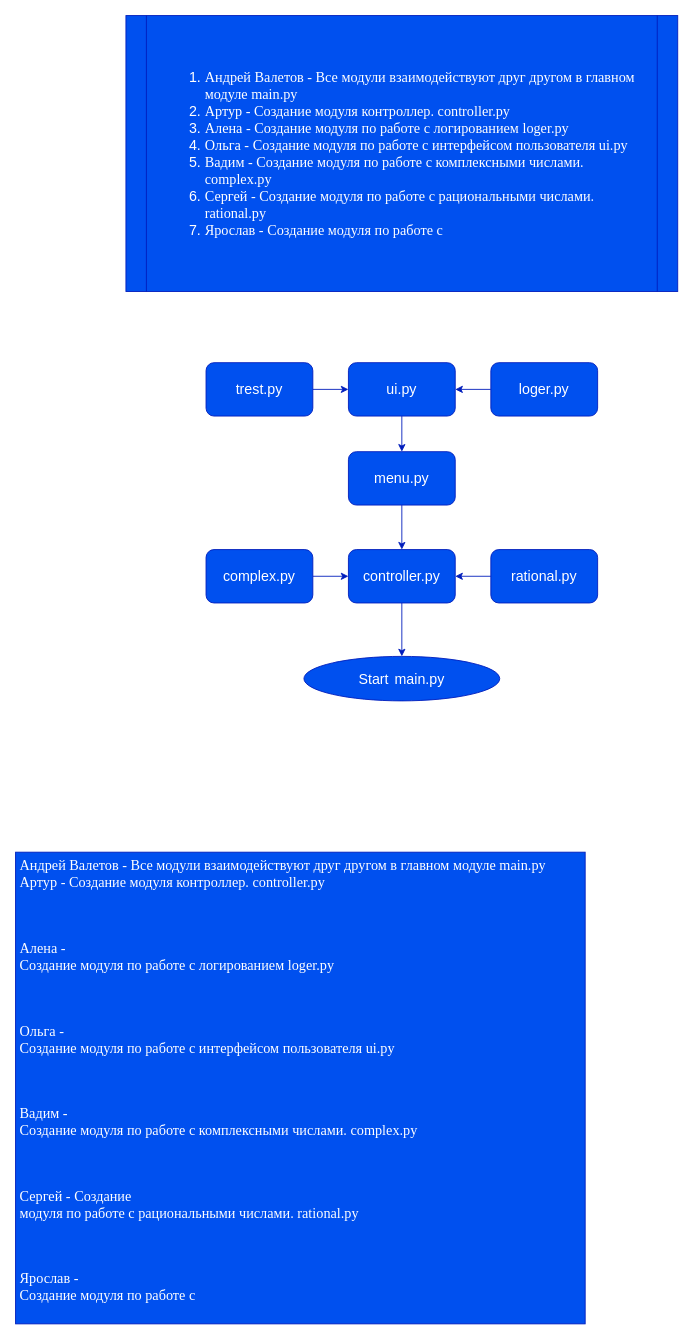
Earlier version of the draw.io diagram flowchart.drawio (GrafanyS/calculator_program). Source tidied: cells renumbered, new cells numbered last; positions are measured from the earlier drawing's top-left corner, leaving out a move shared by most shapes. Both pictures are drawn from the tidied source at 89%, with x=0, y=0 at pixel (15, 15).
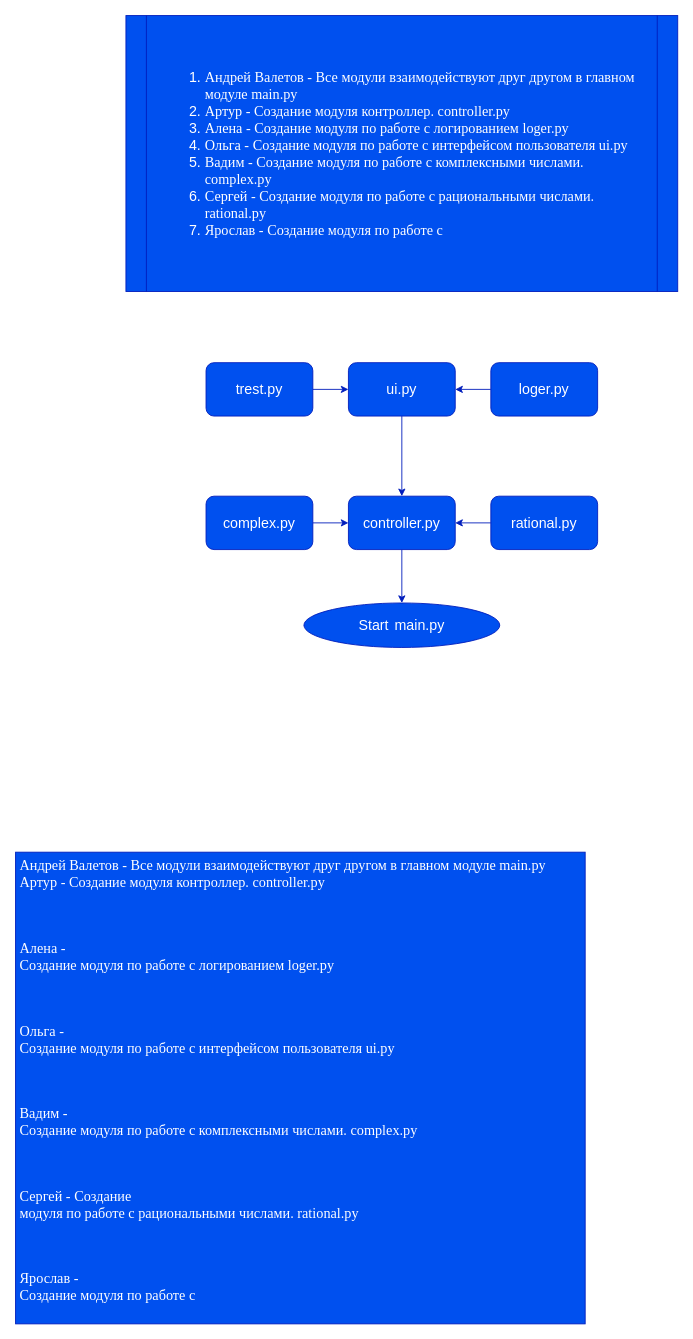
Above is the later version.

The edit, as a diff of the source:
```diff
@@
 <mxGraphModel>
   <root>
     <mxCell id="0" />
     <mxCell id="1" parent="0" />
     <mxCell id="2" style="edgeStyle=none;html=1;fontFamily=Helvetica;fontSize=16;fontColor=#FFFFFF;labelBackgroundColor=none;fillColor=#0050ef;strokeColor=#001DBC;" parent="1" edge="1" source="3" target="10">
       <mxGeometry relative="1" as="geometry" />
     </mxCell>
     <mxCell id="3" value="&lt;div style=&quot;font-size: 16px ; line-height: 22px&quot;&gt;&lt;div style=&quot;line-height: 22px&quot;&gt;&lt;font&gt;complex.py&lt;/font&gt;&lt;/div&gt;&lt;/div&gt;" style="rounded=1;whiteSpace=wrap;html=1;fontColor=#ffffff;labelBackgroundColor=none;fillColor=#0050ef;strokeColor=#001DBC;" parent="1" vertex="1">
-      <mxGeometry x="214" y="600" width="120" height="60" as="geometry" />
+      <mxGeometry x="214" y="540" width="120" height="60" as="geometry" />
     </mxCell>
     <mxCell id="4" style="edgeStyle=none;html=1;fontFamily=Helvetica;fontSize=16;fontColor=#FFFFFF;labelBackgroundColor=none;fillColor=#0050ef;strokeColor=#001DBC;" parent="1" edge="1" source="5" target="10">
       <mxGeometry relative="1" as="geometry" />
     </mxCell>
     <mxCell id="5" value="&lt;div style=&quot;font-size: 16px; line-height: 22px;&quot;&gt;rational.py&lt;/div&gt;" style="rounded=1;whiteSpace=wrap;html=1;fontColor=#ffffff;labelBackgroundColor=none;fillColor=#0050ef;strokeColor=#001DBC;" parent="1" vertex="1">
-      <mxGeometry x="534" y="600" width="120" height="60" as="geometry" />
+      <mxGeometry x="534" y="540" width="120" height="60" as="geometry" />
     </mxCell>
     <mxCell id="6" style="edgeStyle=none;html=1;fontFamily=Helvetica;fontSize=16;fontColor=#FFFFFF;labelBackgroundColor=none;fillColor=#0050ef;strokeColor=#001DBC;" parent="1" edge="1" source="7" target="14">
       <mxGeometry relative="1" as="geometry" />
     </mxCell>
     <mxCell id="7" value="&lt;font style=&quot;font-size: 16px&quot;&gt;trest.py&lt;/font&gt;" style="rounded=1;whiteSpace=wrap;html=1;fontColor=#ffffff;labelBackgroundColor=none;fillColor=#0050ef;strokeColor=#001DBC;" parent="1" vertex="1">
       <mxGeometry x="214" y="390" width="120" height="60" as="geometry" />
     </mxCell>
     <mxCell id="8" value="&lt;font style=&quot;font-size: 16px&quot;&gt;Start&lt;/font&gt;&amp;nbsp;&amp;nbsp;&lt;span style=&quot;font-size: 16px&quot;&gt;main.py&lt;/span&gt;" style="ellipse;whiteSpace=wrap;html=1;fontColor=#ffffff;labelBackgroundColor=none;fillColor=#0050ef;strokeColor=#001DBC;" parent="1" vertex="1">
-      <mxGeometry x="324" y="720" width="220" height="50" as="geometry" />
+      <mxGeometry x="324" y="660" width="220" height="50" as="geometry" />
     </mxCell>
     <mxCell id="9" style="edgeStyle=none;html=1;fontFamily=Helvetica;fontSize=16;fontColor=#FFFFFF;labelBackgroundColor=none;fillColor=#0050ef;strokeColor=#001DBC;" parent="1" edge="1" source="10" target="8">
       <mxGeometry relative="1" as="geometry" />
     </mxCell>
     <mxCell id="10" value="&lt;font style=&quot;font-size: 16px&quot;&gt;controller.py&lt;/font&gt;" style="rounded=1;whiteSpace=wrap;html=1;fontColor=#ffffff;labelBackgroundColor=none;fillColor=#0050ef;strokeColor=#001DBC;" parent="1" vertex="1">
-      <mxGeometry x="374" y="600" width="120" height="60" as="geometry" />
+      <mxGeometry x="374" y="540" width="120" height="60" as="geometry" />
     </mxCell>
     <mxCell id="11" style="edgeStyle=none;html=1;fontFamily=Helvetica;fontSize=16;fontColor=#FFFFFF;labelBackgroundColor=none;fillColor=#0050ef;strokeColor=#001DBC;" parent="1" edge="1" source="12" target="14">
       <mxGeometry relative="1" as="geometry" />
     </mxCell>
     <mxCell id="12" value="&lt;font style=&quot;font-size: 16px&quot;&gt;loger.py&lt;/font&gt;" style="rounded=1;whiteSpace=wrap;html=1;fontColor=#ffffff;labelBackgroundColor=none;fillColor=#0050ef;strokeColor=#001DBC;" parent="1" vertex="1">
       <mxGeometry x="534" y="390" width="120" height="60" as="geometry" />
     </mxCell>
-    <mxCell id="13" style="edgeStyle=none;html=1;fontFamily=Helvetica;fontSize=16;fontColor=#FFFFFF;labelBackgroundColor=none;fillColor=#0050ef;strokeColor=#001DBC;" parent="1" edge="1" source="14" target="16">
+    <mxCell id="13" style="edgeStyle=none;html=1;fontFamily=Helvetica;fontSize=16;fontColor=#FFFFFF;labelBackgroundColor=none;fillColor=#0050ef;strokeColor=#001DBC;entryX=0.5;entryY=0;entryDx=0;entryDy=0;" parent="1" edge="1" source="14" target="10">
       <mxGeometry relative="1" as="geometry" />
     </mxCell>
     <mxCell id="14" value="&lt;font style=&quot;font-size: 16px&quot;&gt;ui.py&lt;/font&gt;" style="rounded=1;whiteSpace=wrap;html=1;fontColor=#ffffff;labelBackgroundColor=none;fillColor=#0050ef;strokeColor=#001DBC;" parent="1" vertex="1">
       <mxGeometry x="374" y="390" width="120" height="60" as="geometry" />
     </mxCell>
-    <mxCell id="15" style="edgeStyle=none;html=1;fontFamily=Helvetica;fontSize=16;fontColor=#FFFFFF;labelBackgroundColor=none;fillColor=#0050ef;strokeColor=#001DBC;" parent="1" edge="1" source="16" target="10">
-      <mxGeometry relative="1" as="geometry" />
-    </mxCell>
-    <mxCell id="16" value="&lt;font style=&quot;font-size: 16px&quot;&gt;menu.py&lt;/font&gt;" style="rounded=1;whiteSpace=wrap;html=1;fontColor=#ffffff;labelBackgroundColor=none;fillColor=#0050ef;strokeColor=#001DBC;" parent="1" vertex="1">
-      <mxGeometry x="374" y="490" width="120" height="60" as="geometry" />
-    </mxCell>
     <mxCell id="17" value="&lt;p class=&quot;MsoNormal&quot; style=&quot;margin-bottom: 0cm ; margin-bottom: 0.0001pt ; line-height: normal&quot;&gt;&lt;/p&gt;&lt;div style=&quot;text-align: left&quot;&gt;&lt;ol&gt;&lt;li&gt;&lt;span style=&quot;font-size: 12.0pt ; line-height: 107% ; font-family: &amp;#34;times new roman&amp;#34; , serif&quot;&gt;Андрей Валетов -&amp;nbsp;Все модули взаимодействуют друг другом в главном&lt;br/&gt;модуле&amp;nbsp;main.py&lt;/span&gt;&lt;/li&gt;&lt;li&gt;&lt;span style=&quot;font-size: 12.0pt ; line-height: 107% ; font-family: &amp;#34;times new roman&amp;#34; , serif&quot;&gt;Артур&amp;nbsp;- Создание модуля контроллер.&amp;nbsp;controller.py&lt;br&gt;&lt;/span&gt;&lt;/li&gt;&lt;li&gt;&lt;span style=&quot;font-size: 12.0pt ; line-height: 107% ; font-family: &amp;#34;times new roman&amp;#34; , serif&quot;&gt;Алена&amp;nbsp;- Создание модуля по работе с логированием loger.py&lt;br&gt;&lt;/span&gt;&lt;/li&gt;&lt;li&gt;&lt;span style=&quot;font-size: 12.0pt ; line-height: 107% ; font-family: &amp;#34;times new roman&amp;#34; , serif&quot;&gt;Ольга&amp;nbsp;- Создание модуля по работе с интерфейсом пользователя ui.py&lt;br&gt;&lt;/span&gt;&lt;/li&gt;&lt;li&gt;&lt;span style=&quot;font-size: 12.0pt ; line-height: 107% ; font-family: &amp;#34;times new roman&amp;#34; , serif&quot;&gt;Вадим&amp;nbsp;- Создание модуля по работе с комплексными числами.&lt;br/&gt;complex.py&lt;br&gt;&lt;/span&gt;&lt;/li&gt;&lt;li&gt;&lt;span style=&quot;font-size: 12.0pt ; line-height: 107% ; font-family: &amp;#34;times new roman&amp;#34; , serif&quot;&gt;Сергей&amp;nbsp;-&amp;nbsp;Создание модуля по работе с рациональными числами.&lt;br/&gt;rational.py&lt;br&gt;&lt;/span&gt;&lt;/li&gt;&lt;li&gt;&lt;span style=&quot;font-size: 12.0pt ; line-height: 107% ; font-family: &amp;#34;times new roman&amp;#34; , serif&quot;&gt;Ярослав&amp;nbsp;- Создание модуля по работе с&lt;br&gt;&lt;/span&gt;&lt;/li&gt;&lt;/ol&gt;&lt;/div&gt;" style="shape=process;whiteSpace=wrap;html=1;backgroundOutline=1;labelBackgroundColor=none;fontFamily=Helvetica;fontSize=16;fontColor=#ffffff;size=0.036585365853658534;fillColor=#0050ef;strokeColor=#001DBC;" parent="1" vertex="1">
       <mxGeometry x="124" width="620" height="310" as="geometry" />
     </mxCell>
     <mxCell id="18" value="&lt;p class=&quot;MsoNormal&quot; style=&quot;margin-bottom: 0cm ; margin-bottom: 0.0001pt&quot;&gt;&lt;span style=&quot;font-size: 12.0pt ; line-height: 107% ; font-family: &amp;#34;times new roman&amp;#34; , serif&quot;&gt;Андрей Валетов -&amp;nbsp;Все модули взаимодействуют друг другом в главном модуле&amp;nbsp;main.py&lt;/span&gt;&lt;/p&gt;&lt;span style=&quot;font-family: &amp;#34;times new roman&amp;#34; , serif ; font-size: 12pt&quot;&gt;Артур&amp;nbsp;-&amp;nbsp;&lt;/span&gt;&lt;span style=&quot;font-family: &amp;#34;times new roman&amp;#34; , serif ; font-size: 12pt&quot;&gt;Создание модуля контроллер.&amp;nbsp;controller.py&lt;/span&gt;&lt;span style=&quot;font-family: &amp;#34;times new roman&amp;#34; , serif ; font-size: 12pt&quot;&gt;&lt;br&gt;&lt;/span&gt;&lt;br&gt;&lt;br&gt;&lt;p class=&quot;MsoNormal&quot; style=&quot;margin-bottom: 0cm ; margin-bottom: 0.0001pt&quot;&gt;&lt;span style=&quot;font-size: 12.0pt ; line-height: 107% ; font-family: &amp;#34;times new roman&amp;#34; , serif&quot;&gt;Алена&amp;nbsp;-&lt;br&gt;Создание модуля по работе с логированием loger.py&lt;/span&gt;&lt;/p&gt;&lt;br&gt;&lt;br&gt;&lt;p class=&quot;MsoNormal&quot; style=&quot;margin-bottom: 0cm ; margin-bottom: 0.0001pt&quot;&gt;&lt;span style=&quot;font-size: 12.0pt ; line-height: 107% ; font-family: &amp;#34;times new roman&amp;#34; , serif&quot;&gt;Ольга&amp;nbsp;-&lt;br&gt;Создание модуля по работе с интерфейсом пользователя ui.py&lt;/span&gt;&lt;/p&gt;&lt;br&gt;&lt;br&gt;&lt;p class=&quot;MsoNormal&quot; style=&quot;margin-bottom: 0cm ; margin-bottom: 0.0001pt&quot;&gt;&lt;span style=&quot;font-size: 12.0pt ; line-height: 107% ; font-family: &amp;#34;times new roman&amp;#34; , serif&quot;&gt;Вадим&amp;nbsp;-&lt;br&gt;Создание модуля по работе с комплексными числами. complex.py&lt;/span&gt;&lt;/p&gt;&lt;br&gt;&lt;br&gt;&lt;p class=&quot;MsoNormal&quot; style=&quot;margin-bottom: 0cm ; margin-bottom: 0.0001pt&quot;&gt;&lt;span style=&quot;font-size: 12.0pt ; line-height: 107% ; font-family: &amp;#34;times new roman&amp;#34; , serif&quot;&gt;Сергей&amp;nbsp;-&amp;nbsp;Создание&lt;br&gt;модуля по работе с рациональными числами. rational.py&lt;/span&gt;&lt;/p&gt;&lt;br&gt;&lt;br&gt;&lt;p class=&quot;MsoNormal&quot; style=&quot;margin-bottom: 0cm ; margin-bottom: 0.0001pt&quot;&gt;&lt;span style=&quot;font-size: 12.0pt ; line-height: 107% ; font-family: &amp;#34;times new roman&amp;#34; , serif&quot;&gt;Ярослав&amp;nbsp;-&lt;br&gt;Создание модуля по работе с&lt;/span&gt;&lt;/p&gt;" style="text;html=1;strokeColor=#001DBC;fillColor=#0050ef;spacing=5;spacingTop=-20;whiteSpace=wrap;overflow=hidden;rounded=0;labelBackgroundColor=none;fontFamily=Times New Roman;fontSize=16;fontColor=#ffffff;" parent="1" vertex="1">
       <mxGeometry y="940" width="640" height="530" as="geometry" />
     </mxCell>
   </root>
 </mxGraphModel>
```
